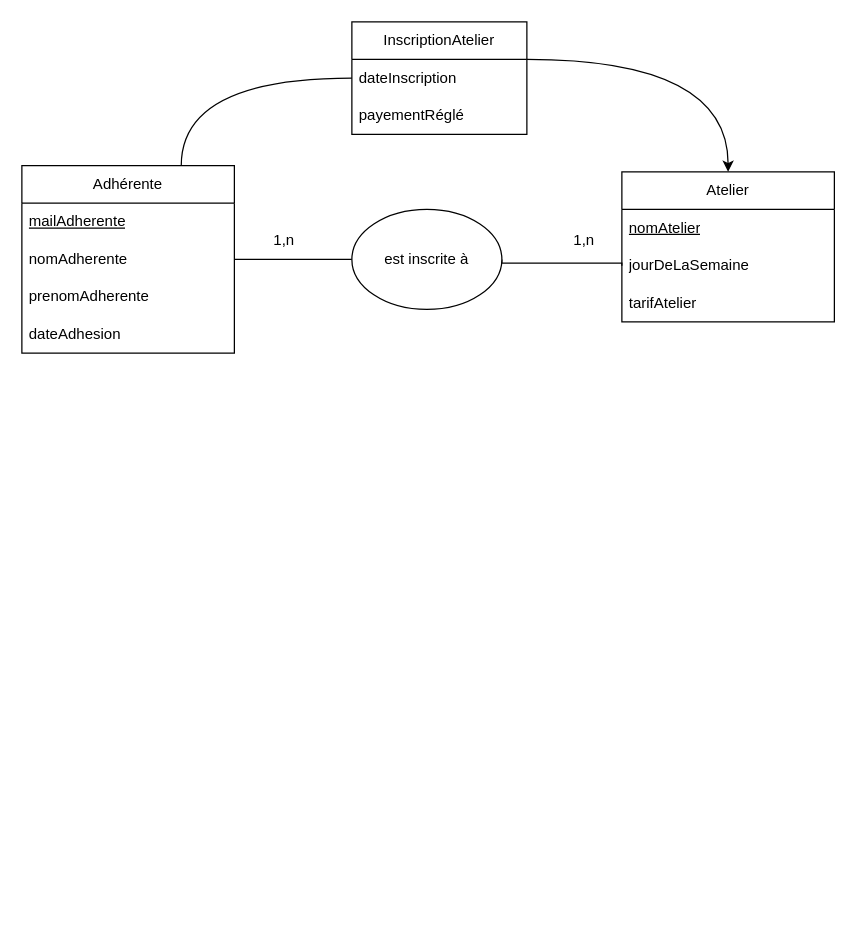
Before: association_de_quartier.drawio in gdiaby2403/repo1, a draw.io diagram. Source tidied: cells renumbered, new cells numbered last; positions are measured from the earlier drawing's top-left corner, leaving out a move shared by most shapes. Both pictures are drawn from the tidied source at 125%, with x=0, y=0 at pixel (21, 21).
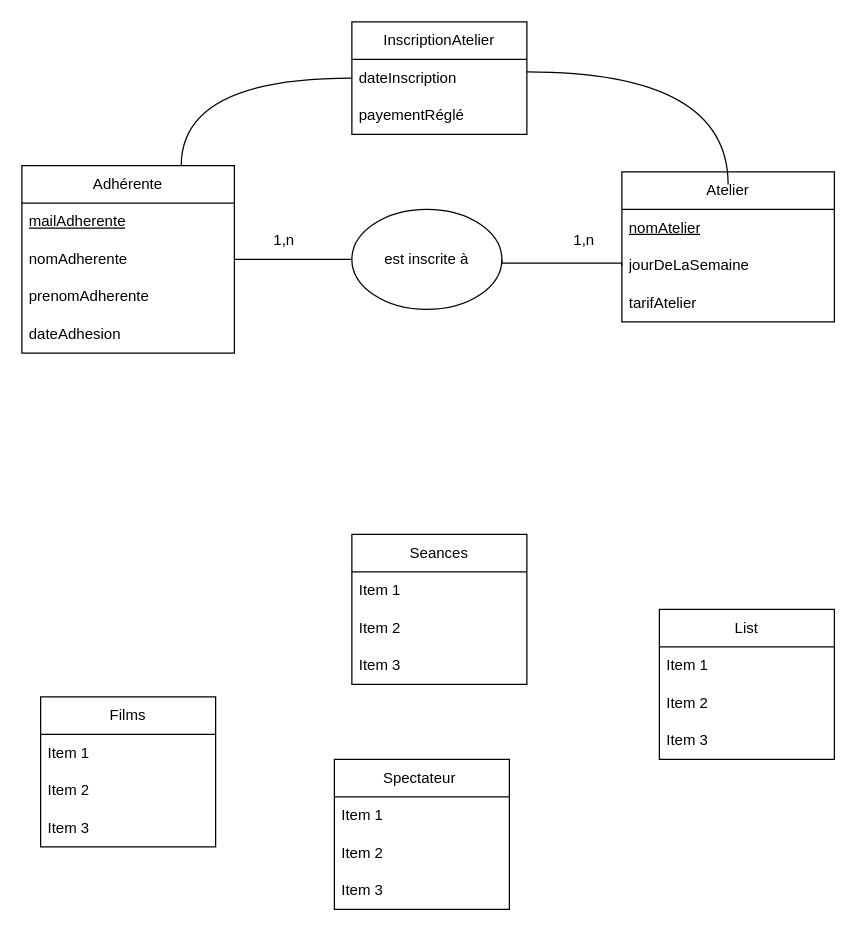
The same diagram, later.

Commit message:
Mettre à jour association_de_quartier.drawio

Unchanged cells that the change refers to:
```xml
<mxCell id="9" value="Atelier" style="swimlane;fontStyle=0;horizontal=1;startSize=30;whiteSpace=wrap;html=1;" parent="1" vertex="1">
  <mxGeometry x="480" y="120" width="170" height="120" as="geometry" />
</mxCell>
```

What changed in the source:
```diff
@@
-    <mxCell id="17" style="edgeStyle=elbowEdgeStyle;shape=wire;rounded=0;jettySize=auto;elbow=vertical;html=1;exitX=1;exitY=0.5;exitDx=0;exitDy=0;dashed=1;entryX=0.5;entryY=0;entryDx=0;entryDy=0;curved=1;" parent="1" edge="1" target="9">
+    <mxCell id="17" style="edgeStyle=elbowEdgeStyle;shape=wire;rounded=0;orthogonalLoop=1;jettySize=auto;elbow=vertical;html=1;exitX=1;exitY=0.5;exitDx=0;exitDy=0;dashed=1;entryX=0.5;entryY=0;entryDx=0;entryDy=0;curved=1;endArrow=none;endFill=0;" parent="1" edge="1">
       <mxGeometry relative="1" as="geometry">
-        <mxPoint x="404" y="30" as="sourcePoint" />
+        <mxPoint x="404" y="40" as="sourcePoint" />
+        <mxPoint x="565" y="130" as="targetPoint" />
         <Array as="points">
-          <mxPoint x="500" y="30" />
+          <mxPoint x="500" y="40" />
         </Array>
       </mxGeometry>
     </mxCell>
@@
+    <mxCell id="21" value="Films" style="swimlane;fontStyle=0;horizontal=1;startSize=30;whiteSpace=wrap;html=1;" parent="1" vertex="1">
+      <mxGeometry x="15" y="540" width="140" height="120" as="geometry" />
+    </mxCell>
+    <mxCell id="22" value="Item 1" style="text;strokeColor=none;fillColor=none;align=left;verticalAlign=middle;spacingLeft=4;spacingRight=4;overflow=hidden;whiteSpace=wrap;html=1;" parent="21" vertex="1">
+      <mxGeometry y="30" width="140" height="30" as="geometry" />
+    </mxCell>
+    <mxCell id="23" value="Item 2" style="text;strokeColor=none;fillColor=none;align=left;verticalAlign=middle;spacingLeft=4;spacingRight=4;overflow=hidden;whiteSpace=wrap;html=1;" parent="21" vertex="1">
+      <mxGeometry y="60" width="140" height="30" as="geometry" />
+    </mxCell>
+    <mxCell id="24" value="Item 3" style="text;strokeColor=none;fillColor=none;align=left;verticalAlign=middle;spacingLeft=4;spacingRight=4;overflow=hidden;whiteSpace=wrap;html=1;" parent="21" vertex="1">
+      <mxGeometry y="90" width="140" height="30" as="geometry" />
+    </mxCell>
+    <mxCell id="25" value="Spectateur&amp;nbsp;" style="swimlane;fontStyle=0;horizontal=1;startSize=30;whiteSpace=wrap;html=1;" parent="1" vertex="1">
+      <mxGeometry x="250" y="590" width="140" height="120" as="geometry" />
+    </mxCell>
+    <mxCell id="26" value="Item 1" style="text;strokeColor=none;fillColor=none;align=left;verticalAlign=middle;spacingLeft=4;spacingRight=4;overflow=hidden;whiteSpace=wrap;html=1;" parent="25" vertex="1">
+      <mxGeometry y="30" width="140" height="30" as="geometry" />
+    </mxCell>
+    <mxCell id="27" value="Item 2" style="text;strokeColor=none;fillColor=none;align=left;verticalAlign=middle;spacingLeft=4;spacingRight=4;overflow=hidden;whiteSpace=wrap;html=1;" parent="25" vertex="1">
+      <mxGeometry y="60" width="140" height="30" as="geometry" />
+    </mxCell>
+    <mxCell id="28" value="Item 3" style="text;strokeColor=none;fillColor=none;align=left;verticalAlign=middle;spacingLeft=4;spacingRight=4;overflow=hidden;whiteSpace=wrap;html=1;" parent="25" vertex="1">
+      <mxGeometry y="90" width="140" height="30" as="geometry" />
+    </mxCell>
+    <mxCell id="29" value="List" style="swimlane;fontStyle=0;horizontal=1;startSize=30;whiteSpace=wrap;html=1;" parent="1" vertex="1">
+      <mxGeometry x="510" y="470" width="140" height="120" as="geometry" />
+    </mxCell>
+    <mxCell id="30" value="Item 1" style="text;strokeColor=none;fillColor=none;align=left;verticalAlign=middle;spacingLeft=4;spacingRight=4;overflow=hidden;whiteSpace=wrap;html=1;" parent="29" vertex="1">
+      <mxGeometry y="30" width="140" height="30" as="geometry" />
+    </mxCell>
+    <mxCell id="31" value="Item 2" style="text;strokeColor=none;fillColor=none;align=left;verticalAlign=middle;spacingLeft=4;spacingRight=4;overflow=hidden;whiteSpace=wrap;html=1;" parent="29" vertex="1">
+      <mxGeometry y="60" width="140" height="30" as="geometry" />
+    </mxCell>
+    <mxCell id="32" value="Item 3" style="text;strokeColor=none;fillColor=none;align=left;verticalAlign=middle;spacingLeft=4;spacingRight=4;overflow=hidden;whiteSpace=wrap;html=1;" parent="29" vertex="1">
+      <mxGeometry y="90" width="140" height="30" as="geometry" />
+    </mxCell>
+    <mxCell id="33" value="Seances" style="swimlane;fontStyle=0;horizontal=1;startSize=30;whiteSpace=wrap;html=1;" parent="1" vertex="1">
+      <mxGeometry x="264" y="410" width="140" height="120" as="geometry" />
+    </mxCell>
+    <mxCell id="34" value="Item 1" style="text;strokeColor=none;fillColor=none;align=left;verticalAlign=middle;spacingLeft=4;spacingRight=4;overflow=hidden;whiteSpace=wrap;html=1;" parent="33" vertex="1">
+      <mxGeometry y="30" width="140" height="30" as="geometry" />
+    </mxCell>
+    <mxCell id="35" value="Item 2" style="text;strokeColor=none;fillColor=none;align=left;verticalAlign=middle;spacingLeft=4;spacingRight=4;overflow=hidden;whiteSpace=wrap;html=1;" parent="33" vertex="1">
+      <mxGeometry y="60" width="140" height="30" as="geometry" />
+    </mxCell>
+    <mxCell id="36" value="Item 3" style="text;strokeColor=none;fillColor=none;align=left;verticalAlign=middle;spacingLeft=4;spacingRight=4;overflow=hidden;whiteSpace=wrap;html=1;" parent="33" vertex="1">
+      <mxGeometry y="90" width="140" height="30" as="geometry" />
+    </mxCell>
```
